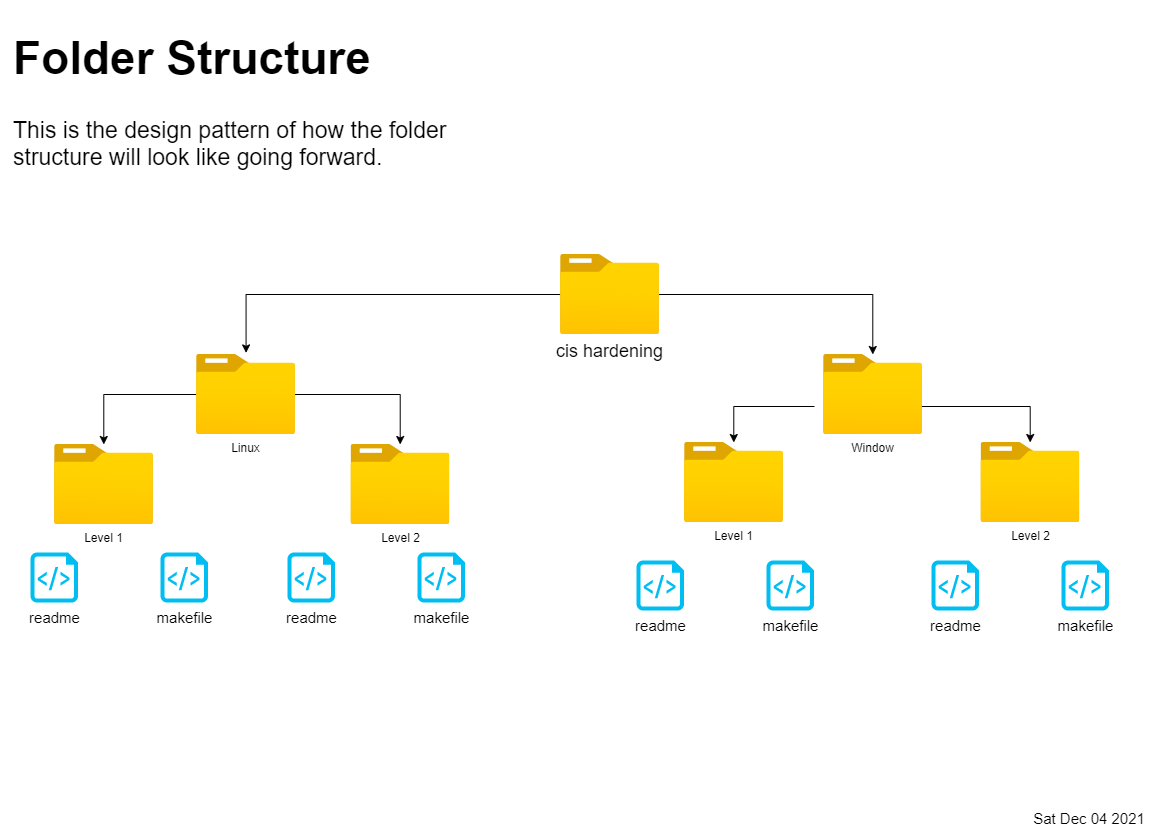
This is cis hardening/.assets/Folder Structure.drawio.png from djdta/Service-Registry, a draw.io export, as it was before one commit. Source tidied: cells renumbered, new cells last; positions are measured from the earlier drawing's top-left corner, leaving out a move shared by most shapes.
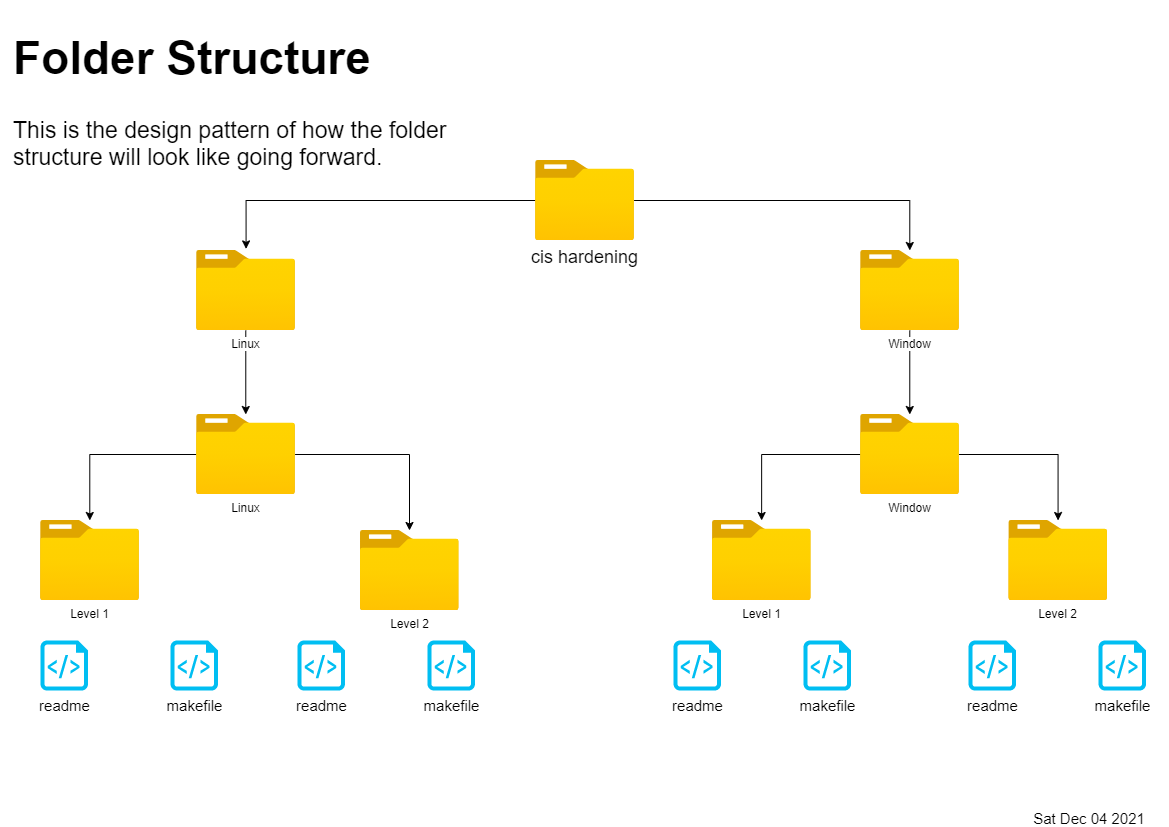
After the change.

What changed in the source:
```diff
@@ -12,70 +12,78 @@
       <mxGeometry relative="1" as="geometry" />
     </mxCell>
     <mxCell id="5" value="&lt;font style=&quot;font-size: 18px&quot;&gt;cis hardening&lt;/font&gt;" style="html=1;points=[];align=center;image;fontSize=12;image=img/lib/azure2/general/Folder_Blank.svg;" parent="1" vertex="1">
-      <mxGeometry x="552" y="244" width="98.6" height="80" as="geometry" />
+      <mxGeometry x="527" y="150" width="98.6" height="80" as="geometry" />
     </mxCell>
-    <mxCell id="6" style="edgeStyle=orthogonalEdgeStyle;rounded=0;jettySize=auto;html=1;fontSize=18;" parent="1" edge="1" source="8" target="9">
-      <mxGeometry relative="1" as="geometry" />
-    </mxCell>
-    <mxCell id="7" style="edgeStyle=orthogonalEdgeStyle;rounded=0;jettySize=auto;html=1;fontSize=18;" parent="1" edge="1" source="8" target="10">
-      <mxGeometry relative="1" as="geometry" />
-    </mxCell>
+    <mxCell id="25" style="edgeStyle=orthogonalEdgeStyle;rounded=0;jettySize=auto;html=1;fontSize=15;fontColor=default;" parent="1" edge="1" source="8" target="29">
+      <mxGeometry relative="1" as="geometry" />
+    </mxCell>
     <mxCell id="8" value="Linux" style="html=1;points=[];align=center;image;fontSize=12;image=img/lib/azure2/general/Folder_Blank.svg;strokeWidth=1;imageBorder=none;" parent="1" vertex="1">
-      <mxGeometry x="188" y="344" width="98.6" height="80" as="geometry" />
+      <mxGeometry x="188" y="240" width="98.6" height="80" as="geometry" />
     </mxCell>
     <mxCell id="9" value="Level 1" style="html=1;points=[];align=center;image;fontSize=12;image=img/lib/azure2/general/Folder_Blank.svg;strokeWidth=1;imageBorder=none;" parent="1" vertex="1">
-      <mxGeometry x="46" y="434" width="98.6" height="80" as="geometry" />
+      <mxGeometry x="32" y="510" width="98.6" height="80" as="geometry" />
     </mxCell>
     <mxCell id="10" value="Level 2" style="html=1;points=[];align=center;image;fontSize=12;image=img/lib/azure2/general/Folder_Blank.svg;strokeWidth=1;imageBorder=none;" parent="1" vertex="1">
-      <mxGeometry x="342.4" y="434" width="98.6" height="80" as="geometry" />
+      <mxGeometry x="351.7" y="520" width="98.6" height="80" as="geometry" />
     </mxCell>
-    <mxCell id="11" style="edgeStyle=orthogonalEdgeStyle;rounded=0;jettySize=auto;html=1;fontSize=18;" parent="1" edge="1" target="14">
-      <mxGeometry relative="1" as="geometry">
-        <mxPoint x="806" y="396" as="sourcePoint" />
-      </mxGeometry>
-    </mxCell>
-    <mxCell id="12" style="edgeStyle=orthogonalEdgeStyle;rounded=0;jettySize=auto;html=1;fontSize=18;" parent="1" edge="1" target="15">
-      <mxGeometry relative="1" as="geometry">
-        <mxPoint x="904.6" y="396" as="sourcePoint" />
-      </mxGeometry>
-    </mxCell>
+    <mxCell id="26" style="edgeStyle=orthogonalEdgeStyle;rounded=0;jettySize=auto;html=1;fontSize=15;fontColor=default;" parent="1" edge="1" source="13" target="32">
+      <mxGeometry relative="1" as="geometry" />
+    </mxCell>
     <mxCell id="13" value="Window" style="html=1;points=[];align=center;image;fontSize=12;image=img/lib/azure2/general/Folder_Blank.svg;strokeWidth=1;imageBorder=none;" parent="1" vertex="1">
-      <mxGeometry x="815" y="344" width="98.6" height="80" as="geometry" />
+      <mxGeometry x="852" y="240" width="98.6" height="80" as="geometry" />
     </mxCell>
     <mxCell id="14" value="Level 1" style="html=1;points=[];align=center;image;fontSize=12;image=img/lib/azure2/general/Folder_Blank.svg;strokeWidth=1;imageBorder=none;" parent="1" vertex="1">
-      <mxGeometry x="676" y="432" width="98.6" height="80" as="geometry" />
+      <mxGeometry x="703.8" y="510" width="98.6" height="80" as="geometry" />
     </mxCell>
     <mxCell id="15" value="Level 2" style="html=1;points=[];align=center;image;fontSize=12;image=img/lib/azure2/general/Folder_Blank.svg;strokeWidth=1;imageBorder=none;" parent="1" vertex="1">
-      <mxGeometry x="972.4" y="432" width="98.6" height="80" as="geometry" />
+      <mxGeometry x="1000.2" y="510" width="98.6" height="80" as="geometry" />
     </mxCell>
     <mxCell id="16" value="readme" style="verticalLabelPosition=bottom;html=1;verticalAlign=top;align=center;strokeColor=none;fillColor=#00BEF2;shape=mxgraph.azure.script_file;labelBackgroundColor=default;labelBorderColor=none;fontSize=15;fontColor=default;" parent="1" vertex="1">
-      <mxGeometry x="628" y="550" width="47.5" height="50" as="geometry" />
+      <mxGeometry x="665" y="630" width="47.5" height="50" as="geometry" />
     </mxCell>
     <mxCell id="17" value="makefile" style="verticalLabelPosition=bottom;html=1;verticalAlign=top;align=center;strokeColor=none;fillColor=#00BEF2;shape=mxgraph.azure.script_file;labelBackgroundColor=default;labelBorderColor=none;fontSize=15;fontColor=default;" parent="1" vertex="1">
-      <mxGeometry x="758" y="550" width="47.5" height="50" as="geometry" />
+      <mxGeometry x="795" y="630" width="47.5" height="50" as="geometry" />
     </mxCell>
     <mxCell id="18" value="readme" style="verticalLabelPosition=bottom;html=1;verticalAlign=top;align=center;strokeColor=none;fillColor=#00BEF2;shape=mxgraph.azure.script_file;labelBackgroundColor=default;labelBorderColor=none;fontSize=15;fontColor=default;" parent="1" vertex="1">
-      <mxGeometry x="923" y="550" width="47.5" height="50" as="geometry" />
+      <mxGeometry x="960" y="630" width="47.5" height="50" as="geometry" />
     </mxCell>
     <mxCell id="19" value="makefile" style="verticalLabelPosition=bottom;html=1;verticalAlign=top;align=center;strokeColor=none;fillColor=#00BEF2;shape=mxgraph.azure.script_file;labelBackgroundColor=default;labelBorderColor=none;fontSize=15;fontColor=default;" parent="1" vertex="1">
-      <mxGeometry x="1053" y="550" width="47.5" height="50" as="geometry" />
+      <mxGeometry x="1090" y="630" width="47.5" height="50" as="geometry" />
     </mxCell>
     <mxCell id="20" value="readme" style="verticalLabelPosition=bottom;html=1;verticalAlign=top;align=center;strokeColor=none;fillColor=#00BEF2;shape=mxgraph.azure.script_file;labelBackgroundColor=default;labelBorderColor=none;fontSize=15;fontColor=default;" parent="1" vertex="1">
-      <mxGeometry x="22" y="542" width="47.5" height="50" as="geometry" />
+      <mxGeometry x="32" y="630" width="47.5" height="50" as="geometry" />
     </mxCell>
     <mxCell id="21" value="makefile" style="verticalLabelPosition=bottom;html=1;verticalAlign=top;align=center;strokeColor=none;fillColor=#00BEF2;shape=mxgraph.azure.script_file;labelBackgroundColor=default;labelBorderColor=none;fontSize=15;fontColor=default;" parent="1" vertex="1">
-      <mxGeometry x="152" y="542" width="47.5" height="50" as="geometry" />
+      <mxGeometry x="162" y="630" width="47.5" height="50" as="geometry" />
     </mxCell>
     <mxCell id="22" value="readme" style="verticalLabelPosition=bottom;html=1;verticalAlign=top;align=center;strokeColor=none;fillColor=#00BEF2;shape=mxgraph.azure.script_file;labelBackgroundColor=default;labelBorderColor=none;fontSize=15;fontColor=default;" parent="1" vertex="1">
-      <mxGeometry x="279" y="542" width="47.5" height="50" as="geometry" />
+      <mxGeometry x="289" y="630" width="47.5" height="50" as="geometry" />
     </mxCell>
     <mxCell id="23" value="makefile" style="verticalLabelPosition=bottom;html=1;verticalAlign=top;align=center;strokeColor=none;fillColor=#00BEF2;shape=mxgraph.azure.script_file;labelBackgroundColor=default;labelBorderColor=none;fontSize=15;fontColor=default;" parent="1" vertex="1">
-      <mxGeometry x="409" y="542" width="47.5" height="50" as="geometry" />
+      <mxGeometry x="419" y="630" width="47.5" height="50" as="geometry" />
     </mxCell>
     <object id="24" label="%date{ddd mmm dd yyyy HH:MM:ss}%" placeholders="1">
       <mxCell style="text;html=1;strokeColor=none;fillColor=none;align=center;verticalAlign=middle;whiteSpace=wrap;overflow=hidden;labelBackgroundColor=default;labelBorderColor=none;fontSize=15;fontColor=default;" parent="1" vertex="1">
         <mxGeometry x="1001" y="797" width="160" height="20" as="geometry" />
       </mxCell>
     </object>
+    <mxCell id="27" style="edgeStyle=orthogonalEdgeStyle;rounded=0;jettySize=auto;html=1;fontSize=15;fontColor=default;" parent="1" edge="1" source="29" target="9">
+      <mxGeometry relative="1" as="geometry" />
+    </mxCell>
+    <mxCell id="28" style="edgeStyle=orthogonalEdgeStyle;rounded=0;jettySize=auto;html=1;fontSize=15;fontColor=default;" parent="1" edge="1" source="29" target="10">
+      <mxGeometry relative="1" as="geometry" />
+    </mxCell>
+    <mxCell id="29" value="Linux" style="html=1;points=[];align=center;image;fontSize=12;image=img/lib/azure2/general/Folder_Blank.svg;strokeWidth=1;imageBorder=none;" parent="1" vertex="1">
+      <mxGeometry x="188" y="404" width="98.6" height="80" as="geometry" />
+    </mxCell>
+    <mxCell id="30" style="edgeStyle=orthogonalEdgeStyle;rounded=0;jettySize=auto;html=1;fontSize=15;fontColor=default;" parent="1" edge="1" source="32" target="14">
+      <mxGeometry relative="1" as="geometry" />
+    </mxCell>
+    <mxCell id="31" style="edgeStyle=orthogonalEdgeStyle;rounded=0;jettySize=auto;html=1;fontSize=15;fontColor=default;" parent="1" edge="1" source="32" target="15">
+      <mxGeometry relative="1" as="geometry" />
+    </mxCell>
+    <mxCell id="32" value="Window" style="html=1;points=[];align=center;image;fontSize=12;image=img/lib/azure2/general/Folder_Blank.svg;strokeWidth=1;imageBorder=none;" parent="1" vertex="1">
+      <mxGeometry x="852" y="404" width="98.6" height="80" as="geometry" />
+    </mxCell>
   </root>
 </mxGraphModel>
```
